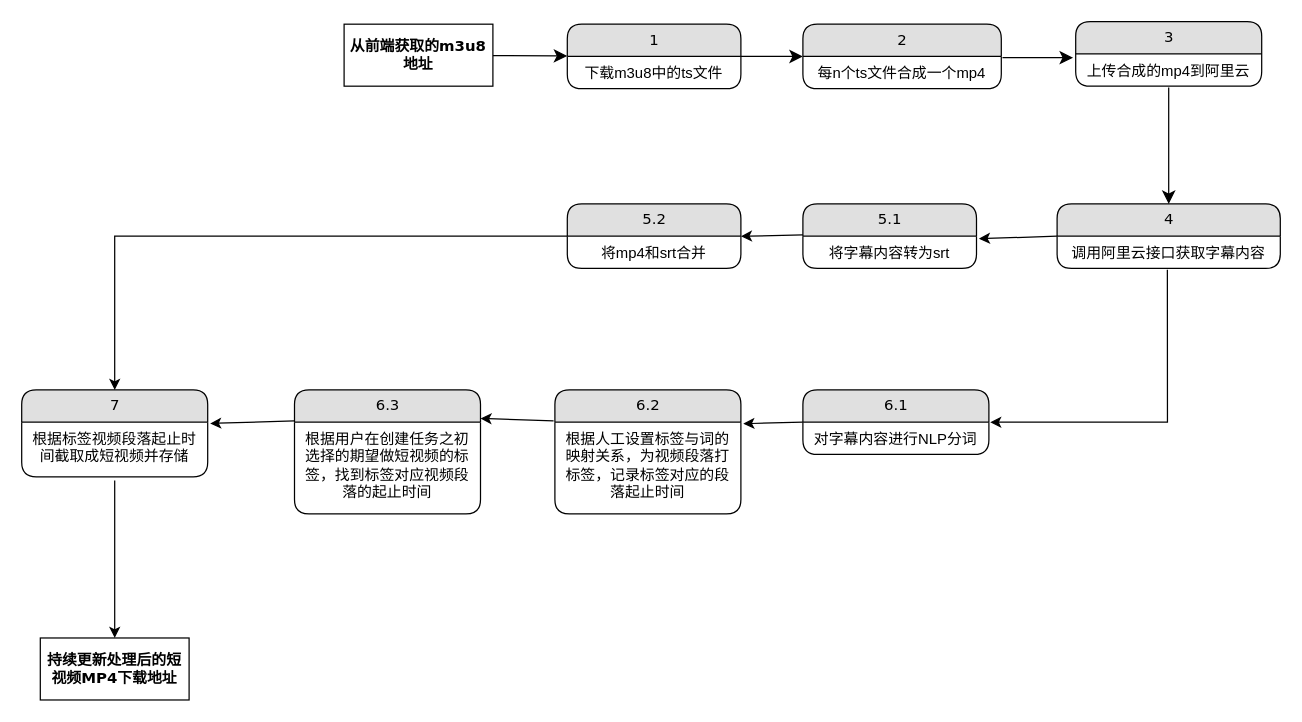
This is supersonic.drawio from deanzz/blog, a draw.io file, before an edit. Source tidied: cells renumbered, new cells numbered last; positions are measured from the earlier drawing's top-left corner, leaving out a move shared by most shapes. Both pictures are drawn from the tidied source at 124%, with x=0, y=0 at pixel (21, 21).
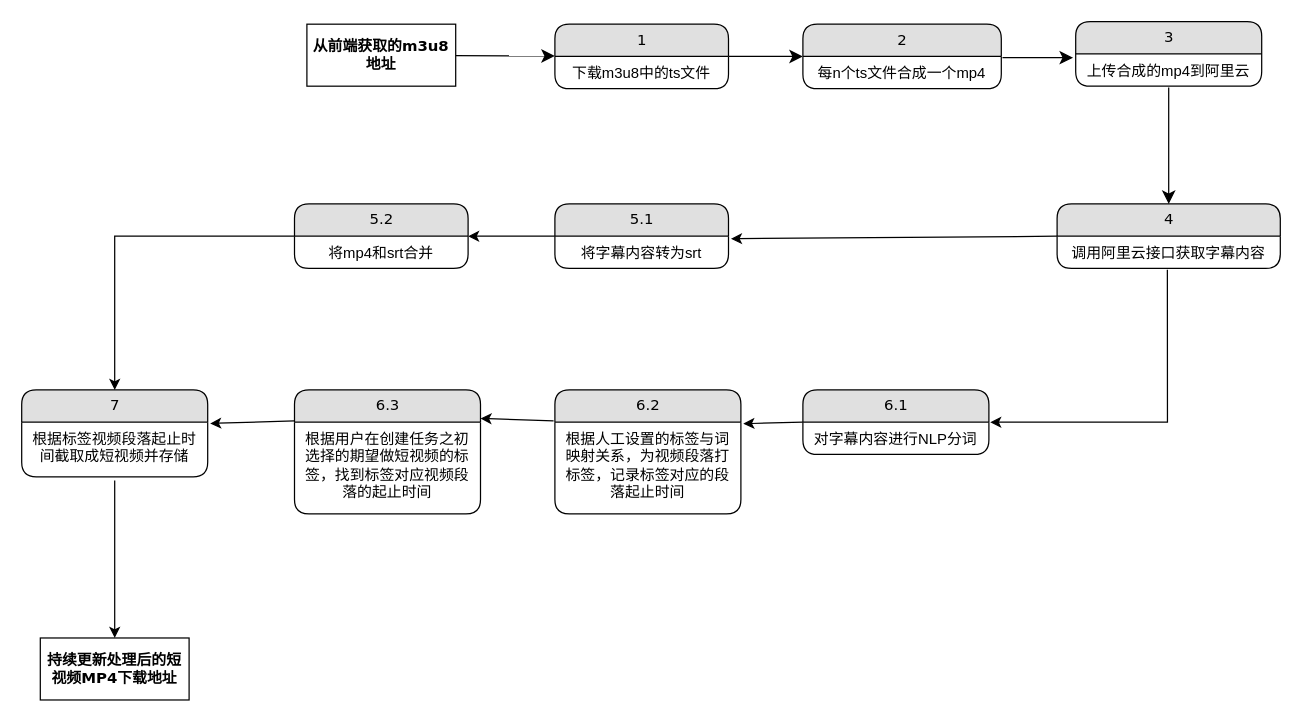
After the change.

Unchanged cells that the change refers to:
```xml
<mxCell id="25" value="6.2" style="swimlane;html=1;fontStyle=0;horizontal=1;startSize=26;fillColor=#e0e0e0;swimlaneFillColor=#ffffff;align=center;rounded=1;shadow=0;comic=0;labelBackgroundColor=none;strokeWidth=1;fontFamily=Verdana;fontSize=12;" parent="1" vertex="1">
  <mxGeometry x="430" y="297" width="150" height="100" as="geometry" />
</mxCell>
```

Change to the diagram source:
```diff
@@
     <mxCell id="4" value="从前端获取的m3u8地址" style="whiteSpace=wrap;html=1;rounded=0;shadow=0;comic=0;labelBackgroundColor=none;strokeWidth=1;fontFamily=Verdana;fontSize=12;align=center;fontStyle=1;" parent="1" vertex="1">
-      <mxGeometry x="260" y="2" width="120" height="50" as="geometry" />
+      <mxGeometry x="230" y="2" width="120" height="50" as="geometry" />
     </mxCell>
@@
     <mxCell id="6" value="1" style="swimlane;html=1;fontStyle=0;horizontal=1;startSize=26;fillColor=#e0e0e0;swimlaneFillColor=#ffffff;align=center;rounded=1;shadow=0;comic=0;labelBackgroundColor=none;strokeWidth=1;fontFamily=Verdana;fontSize=12;" parent="1" vertex="1">
-      <mxGeometry x="440" y="2" width="140" height="52" as="geometry" />
+      <mxGeometry x="430" y="2" width="140" height="52" as="geometry" />
     </mxCell>
@@
     <mxCell id="15" value="5.1" style="swimlane;html=1;fontStyle=0;horizontal=1;startSize=26;fillColor=#e0e0e0;swimlaneFillColor=#ffffff;align=center;rounded=1;shadow=0;comic=0;labelBackgroundColor=none;strokeWidth=1;fontFamily=Verdana;fontSize=12;" parent="1" vertex="1">
-      <mxGeometry x="630" y="147" width="140" height="52" as="geometry" />
+      <mxGeometry x="430" y="147" width="140" height="52" as="geometry" />
     </mxCell>
@@
     <mxCell id="19" value="5.2" style="swimlane;html=1;fontStyle=0;horizontal=1;startSize=26;fillColor=#e0e0e0;swimlaneFillColor=#ffffff;align=center;rounded=1;shadow=0;comic=0;labelBackgroundColor=none;strokeWidth=1;fontFamily=Verdana;fontSize=12;" parent="1" vertex="1">
-      <mxGeometry x="440" y="147" width="140" height="52" as="geometry" />
+      <mxGeometry x="220" y="147" width="140" height="52" as="geometry" />
     </mxCell>
@@
-    <mxCell id="21" style="endArrow=classic;html=1;rounded=0;entryX=1;entryY=0.5;entryDx=0;entryDy=0;exitX=0;exitY=0.5;exitDx=0;exitDy=0;" parent="1" edge="1" target="19">
-      <mxGeometry relative="1" as="geometry">
-        <mxPoint x="630" y="172" as="sourcePoint" />
-      </mxGeometry>
+    <mxCell id="21" style="endArrow=classic;html=1;rounded=0;entryX=1;entryY=0.5;entryDx=0;entryDy=0;exitX=0;exitY=0.5;exitDx=0;exitDy=0;" parent="1" edge="1" source="15" target="19">
+      <mxGeometry relative="1" as="geometry" />
     </mxCell>
@@
-    <mxCell id="26" value="根据人工设置标签与词的映射关系，为视频段落打标签，记录标签对应的段落起止时间" style="text;html=1;strokeColor=none;fillColor=none;spacingLeft=4;spacingRight=4;whiteSpace=wrap;overflow=hidden;points=[[0,0.5],[1,0.5]];portConstraint=eastwest;align=center;" parent="25" vertex="1">
+    <mxCell id="26" value="根据人工设置的标签与词映射关系，为视频段落打标签，记录标签对应的段落起止时间" style="text;html=1;strokeColor=none;fillColor=none;spacingLeft=4;spacingRight=4;whiteSpace=wrap;overflow=hidden;points=[[0,0.5],[1,0.5]];portConstraint=eastwest;align=center;" parent="25" vertex="1">
       <mxGeometry y="26" width="150" height="74" as="geometry" />
     </mxCell>
```
